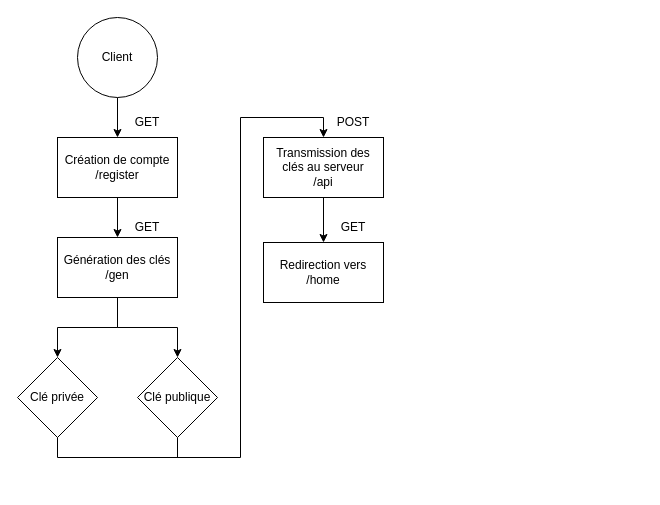
Earlier version of the draw.io diagram doc/drawio/keygen.drawio (MalloryLP/sendapp). Source tidied: cells renumbered, new cells numbered last; positions are measured from the earlier drawing's top-left corner, leaving out a move shared by most shapes. Both pictures are drawn from the tidied source at 100%, with x=0, y=0 at pixel (17, 17).
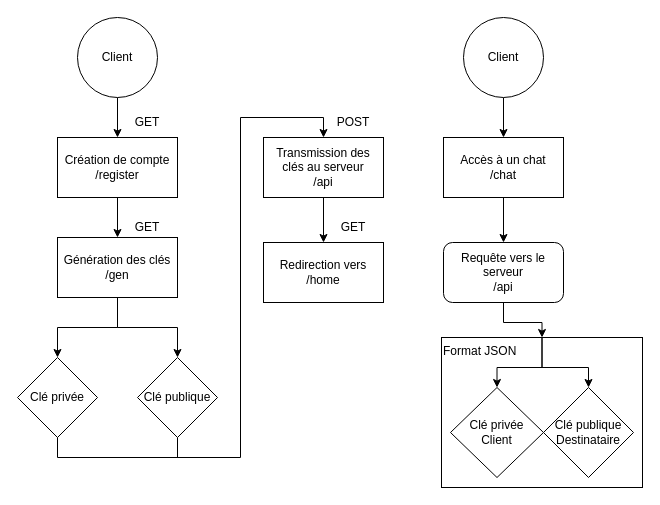
Above is the later version.

What changed in the source:
```diff
@@
+    <mxCell id="21" style="edgeStyle=orthogonalEdgeStyle;rounded=0;jettySize=auto;html=1;exitX=0.5;exitY=1;exitDx=0;exitDy=0;entryX=0.5;entryY=0;entryDx=0;entryDy=0;" parent="1" edge="1" source="22" target="24">
+      <mxGeometry relative="1" as="geometry" />
+    </mxCell>
+    <mxCell id="22" value="Client" style="ellipse;whiteSpace=wrap;html=1;" parent="1" vertex="1">
+      <mxGeometry x="446" width="80" height="80" as="geometry" />
+    </mxCell>
+    <mxCell id="23" style="edgeStyle=orthogonalEdgeStyle;rounded=0;jettySize=auto;html=1;exitX=0.5;exitY=1;exitDx=0;exitDy=0;entryX=0.5;entryY=0;entryDx=0;entryDy=0;" parent="1" edge="1" source="24" target="26">
+      <mxGeometry relative="1" as="geometry" />
+    </mxCell>
+    <mxCell id="24" value="Accès à un chat&lt;br&gt;/chat" style="rounded=0;whiteSpace=wrap;html=1;" parent="1" vertex="1">
+      <mxGeometry x="426" y="120" width="120" height="60" as="geometry" />
+    </mxCell>
+    <mxCell id="25" style="edgeStyle=orthogonalEdgeStyle;rounded=0;jettySize=auto;html=1;exitX=0.5;exitY=1;exitDx=0;exitDy=0;entryX=0.5;entryY=0;entryDx=0;entryDy=0;" parent="1" edge="1" source="26" target="27">
+      <mxGeometry relative="1" as="geometry" />
+    </mxCell>
+    <mxCell id="26" value="Requête vers le serveur&lt;br&gt;/api" style="rounded=1;whiteSpace=wrap;html=1;" parent="1" vertex="1">
+      <mxGeometry x="426" y="225" width="120" height="60" as="geometry" />
+    </mxCell>
+    <mxCell id="27" value="Format JSON" style="rounded=0;whiteSpace=wrap;html=1;verticalAlign=top;align=left;" parent="1" vertex="1">
+      <mxGeometry x="424" y="320" width="201" height="150" as="geometry" />
+    </mxCell>
+    <mxCell id="28" style="edgeStyle=orthogonalEdgeStyle;rounded=0;jettySize=auto;html=1;exitX=0.5;exitY=0;exitDx=0;exitDy=0;startArrow=classic;startFill=1;endArrow=none;endFill=0;" parent="1" edge="1" source="29" target="27">
+      <mxGeometry relative="1" as="geometry" />
+    </mxCell>
+    <mxCell id="29" value="Clé privée&lt;br&gt;Client" style="rhombus;whiteSpace=wrap;html=1;" parent="1" vertex="1">
+      <mxGeometry x="433" y="370" width="93" height="90" as="geometry" />
+    </mxCell>
+    <mxCell id="30" style="edgeStyle=orthogonalEdgeStyle;rounded=0;jettySize=auto;html=1;exitX=0.5;exitY=0;exitDx=0;exitDy=0;startArrow=classic;startFill=1;endArrow=none;endFill=0;" parent="1" edge="1" source="31" target="27">
+      <mxGeometry relative="1" as="geometry" />
+    </mxCell>
+    <mxCell id="31" value="Clé publique&lt;br&gt;Destinataire" style="rhombus;whiteSpace=wrap;html=1;" parent="1" vertex="1">
+      <mxGeometry x="526" y="370" width="90" height="90" as="geometry" />
+    </mxCell>
```
